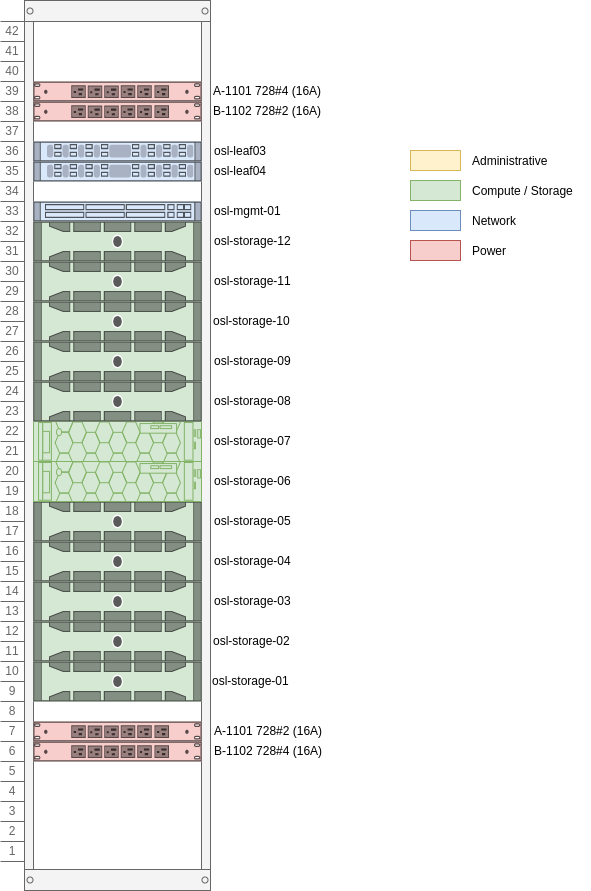
Before: docs/team/development/images/osl-rack-2.png, a diagram exported from draw.io (norcams/iaas). Source tidied: cells renumbered, new cells last; positions are measured from the earlier drawing's top-left corner, leaving out a move shared by most shapes. Its diagram source:
```xml
<mxGraphModel>
  <root>
    <mxCell id="0" />
    <mxCell id="1" parent="0" />
    <mxCell id="2" style="strokeColor=#666666;html=1;verticalLabelPosition=bottom;labelBackgroundColor=#ffffff;verticalAlign=top;shadow=0;dashed=0;shape=mxgraph.rackGeneral.container;fillColor2=#f4f4f4;allowGaps=1;textColor=#666666;numDisp=ascend;" parent="1" vertex="1">
      <mxGeometry width="210" height="890" as="geometry" />
    </mxCell>
    <mxCell id="3" style="strokeColor=#b85450;html=1;labelPosition=right;align=left;spacingLeft=15;shadow=0;dashed=0;shape=mxgraph.rack.dell.power_strip;labelBackgroundColor=#DDFF00;fillColor=#f8cecc;" parent="2" vertex="1">
      <mxGeometry x="33" y="101" width="168" height="20" as="geometry" />
    </mxCell>
    <mxCell id="4" style="shape=mxgraph.rack.cisco.cisco_nexus_3016_switch;html=1;labelPosition=right;align=left;spacingLeft=15;dashed=0;shadow=0;fillColor=#dae8fc;labelBackgroundColor=#DDFF00;strokeColor=#6c8ebf;" parent="2" vertex="1">
      <mxGeometry x="33" y="141" width="168" height="20" as="geometry" />
    </mxCell>
    <mxCell id="5" style="shape=mxgraph.rack.cisco.cisco_nexus_3016_switch;html=1;labelPosition=right;align=left;spacingLeft=15;dashed=0;shadow=0;fillColor=#dae8fc;labelBackgroundColor=#DDFF00;strokeColor=#6c8ebf;" parent="2" vertex="1">
      <mxGeometry x="33" y="161" width="168" height="20" as="geometry" />
    </mxCell>
    <mxCell id="6" style="shape=mxgraph.rack.cisco.cisco_catalyst_4948_switch;html=1;labelPosition=right;align=left;spacingLeft=15;dashed=0;shadow=0;fillColor=#dae8fc;strokeColor=#6c8ebf;" parent="2" vertex="1">
      <mxGeometry x="33" y="201" width="168" height="20" as="geometry" />
    </mxCell>
    <mxCell id="7" style="strokeColor=#82b366;html=1;labelPosition=right;align=left;spacingLeft=15;shadow=0;dashed=0;shape=mxgraph.rack.dell.poweredge_r730xd;fillColor=#d5e8d4;" parent="2" vertex="1">
      <mxGeometry x="33" y="221" width="168" height="40" as="geometry" />
    </mxCell>
    <mxCell id="8" style="strokeColor=#82b366;html=1;labelPosition=right;align=left;spacingLeft=15;shadow=0;dashed=0;shape=mxgraph.rack.dell.poweredge_r730xd;fillColor=#d5e8d4;" parent="2" vertex="1">
      <mxGeometry x="33" y="261" width="168" height="40" as="geometry" />
    </mxCell>
    <mxCell id="9" style="strokeColor=#82b366;html=1;labelPosition=right;align=left;spacingLeft=15;shadow=0;dashed=0;shape=mxgraph.rack.dell.poweredge_r730xd;fillColor=#d5e8d4;" parent="2" vertex="1">
      <mxGeometry x="33" y="341" width="168" height="40" as="geometry" />
    </mxCell>
    <mxCell id="10" style="strokeColor=#82b366;html=1;labelPosition=right;align=left;spacingLeft=15;shadow=0;dashed=0;shape=mxgraph.rack.dell.poweredge_r740xd;fillColor=#d5e8d4;" parent="2" vertex="1">
      <mxGeometry x="33" y="421" width="168" height="40" as="geometry" />
    </mxCell>
    <mxCell id="11" style="strokeColor=#82b366;html=1;labelPosition=right;align=left;spacingLeft=15;shadow=0;dashed=0;shape=mxgraph.rack.dell.poweredge_r730xd;fillColor=#d5e8d4;" parent="2" vertex="1">
      <mxGeometry x="33" y="501" width="168" height="40" as="geometry" />
    </mxCell>
    <mxCell id="12" style="strokeColor=#82b366;html=1;labelPosition=right;align=left;spacingLeft=15;shadow=0;dashed=0;shape=mxgraph.rack.dell.poweredge_r730xd;fillColor=#d5e8d4;" parent="2" vertex="1">
      <mxGeometry x="33" y="581" width="168" height="40" as="geometry" />
    </mxCell>
    <mxCell id="13" style="strokeColor=#82b366;html=1;labelPosition=right;align=left;spacingLeft=15;shadow=0;dashed=0;shape=mxgraph.rack.dell.poweredge_r730xd;fillColor=#d5e8d4;" parent="2" vertex="1">
      <mxGeometry x="33" y="661" width="168" height="40" as="geometry" />
    </mxCell>
    <mxCell id="14" style="strokeColor=#b85450;html=1;labelPosition=right;align=left;spacingLeft=15;shadow=0;dashed=0;shape=mxgraph.rack.dell.power_strip;labelBackgroundColor=#DDFF00;fillColor=#f8cecc;" parent="2" vertex="1">
      <mxGeometry x="33" y="721" width="168" height="20" as="geometry" />
    </mxCell>
    <mxCell id="15" style="strokeColor=#b85450;html=1;labelPosition=right;align=left;spacingLeft=15;shadow=0;dashed=0;shape=mxgraph.rack.dell.power_strip;labelBackgroundColor=#DDFF00;fillColor=#f8cecc;" parent="2" vertex="1">
      <mxGeometry x="33" y="741" width="168" height="20" as="geometry" />
    </mxCell>
    <mxCell id="16" style="strokeColor=#b85450;html=1;labelPosition=right;align=left;spacingLeft=15;shadow=0;dashed=0;shape=mxgraph.rack.dell.power_strip;labelBackgroundColor=#DDFF00;fillColor=#f8cecc;" parent="2" vertex="1">
      <mxGeometry x="33" y="81" width="168" height="20" as="geometry" />
    </mxCell>
    <mxCell id="17" style="strokeColor=#82b366;html=1;labelPosition=right;align=left;spacingLeft=15;shadow=0;dashed=0;shape=mxgraph.rack.dell.poweredge_r730xd;fillColor=#d5e8d4;" parent="2" vertex="1">
      <mxGeometry x="33" y="621" width="168" height="40" as="geometry" />
    </mxCell>
    <mxCell id="18" style="strokeColor=#82b366;html=1;labelPosition=right;align=left;spacingLeft=15;shadow=0;dashed=0;shape=mxgraph.rack.dell.poweredge_r730xd;fillColor=#d5e8d4;" parent="2" vertex="1">
      <mxGeometry x="33" y="541" width="168" height="40" as="geometry" />
    </mxCell>
    <mxCell id="19" style="strokeColor=#82b366;html=1;labelPosition=right;align=left;spacingLeft=15;shadow=0;dashed=0;shape=mxgraph.rack.dell.poweredge_r730xd;fillColor=#d5e8d4;" parent="2" vertex="1">
      <mxGeometry x="33" y="381" width="168" height="40" as="geometry" />
    </mxCell>
    <mxCell id="20" style="strokeColor=#82b366;html=1;labelPosition=right;align=left;spacingLeft=15;shadow=0;dashed=0;shape=mxgraph.rack.dell.poweredge_r730xd;fillColor=#d5e8d4;" parent="2" vertex="1">
      <mxGeometry x="33" y="301" width="168" height="40" as="geometry" />
    </mxCell>
    <mxCell id="21" style="strokeColor=#82b366;html=1;labelPosition=right;align=left;spacingLeft=15;shadow=0;dashed=0;shape=mxgraph.rack.dell.poweredge_r740xd;fillColor=#d5e8d4;" parent="2" vertex="1">
      <mxGeometry x="33" y="461" width="168" height="40" as="geometry" />
    </mxCell>
    <mxCell id="22" value="osl-storage-02" style="text;html=1;strokeColor=none;fillColor=none;align=left;verticalAlign=middle;whiteSpace=wrap;rounded=0;labelBackgroundColor=#ffffff;" parent="1" vertex="1">
      <mxGeometry x="211" y="630" width="100" height="20" as="geometry" />
    </mxCell>
    <mxCell id="23" value="A-1101 728#2 (16A)" style="text;html=1;align=left;verticalAlign=middle;" parent="1" vertex="1">
      <mxGeometry x="212" y="720" width="120" height="20" as="geometry" />
    </mxCell>
    <mxCell id="24" value="B-1102 728#4 (16A)" style="text;html=1;align=left;verticalAlign=middle;" parent="1" vertex="1">
      <mxGeometry x="212" y="740" width="120" height="20" as="geometry" />
    </mxCell>
    <mxCell id="25" value="A-1101 728#4 (16A)" style="text;html=1;align=left;verticalAlign=middle;" parent="1" vertex="1">
      <mxGeometry x="211" y="80" width="120" height="20" as="geometry" />
    </mxCell>
    <mxCell id="26" value="B-1102 728#2 (16A)" style="text;html=1;align=left;verticalAlign=middle;" parent="1" vertex="1">
      <mxGeometry x="211" y="100" width="120" height="20" as="geometry" />
    </mxCell>
    <mxCell id="27" value="osl-storage-01" style="text;html=1;strokeColor=none;fillColor=none;align=left;verticalAlign=middle;whiteSpace=wrap;rounded=0;labelBackgroundColor=#ffffff;" parent="1" vertex="1">
      <mxGeometry x="210" y="670" width="100" height="20" as="geometry" />
    </mxCell>
    <mxCell id="28" value="osl-storage-03" style="text;html=1;strokeColor=none;fillColor=none;align=left;verticalAlign=middle;whiteSpace=wrap;rounded=0;labelBackgroundColor=#ffffff;" parent="1" vertex="1">
      <mxGeometry x="212" y="590" width="100" height="20" as="geometry" />
    </mxCell>
    <mxCell id="29" value="osl-storage-04" style="text;html=1;strokeColor=none;fillColor=none;align=left;verticalAlign=middle;whiteSpace=wrap;rounded=0;labelBackgroundColor=#ffffff;" parent="1" vertex="1">
      <mxGeometry x="212" y="550" width="100" height="20" as="geometry" />
    </mxCell>
    <mxCell id="30" value="osl-storage-05" style="text;html=1;strokeColor=none;fillColor=none;align=left;verticalAlign=middle;whiteSpace=wrap;rounded=0;labelBackgroundColor=#ffffff;" parent="1" vertex="1">
      <mxGeometry x="212" y="510" width="100" height="20" as="geometry" />
    </mxCell>
    <mxCell id="31" value="osl-storage-06" style="text;html=1;strokeColor=none;fillColor=none;align=left;verticalAlign=middle;whiteSpace=wrap;rounded=0;labelBackgroundColor=#ffffff;" parent="1" vertex="1">
      <mxGeometry x="212" y="470" width="100" height="20" as="geometry" />
    </mxCell>
    <mxCell id="32" value="osl-storage-08" style="text;html=1;strokeColor=none;fillColor=none;align=left;verticalAlign=middle;whiteSpace=wrap;rounded=0;labelBackgroundColor=#ffffff;" parent="1" vertex="1">
      <mxGeometry x="212" y="390" width="100" height="20" as="geometry" />
    </mxCell>
    <mxCell id="33" value="osl-storage-07" style="text;html=1;strokeColor=none;fillColor=none;align=left;verticalAlign=middle;whiteSpace=wrap;rounded=0;labelBackgroundColor=#ffffff;" parent="1" vertex="1">
      <mxGeometry x="212" y="430" width="100" height="20" as="geometry" />
    </mxCell>
    <mxCell id="34" value="osl-storage-09" style="text;html=1;strokeColor=none;fillColor=none;align=left;verticalAlign=middle;whiteSpace=wrap;rounded=0;labelBackgroundColor=#ffffff;" parent="1" vertex="1">
      <mxGeometry x="212" y="350" width="100" height="20" as="geometry" />
    </mxCell>
    <mxCell id="35" value="osl-storage-10" style="text;html=1;strokeColor=none;fillColor=none;align=left;verticalAlign=middle;whiteSpace=wrap;rounded=0;labelBackgroundColor=#ffffff;" parent="1" vertex="1">
      <mxGeometry x="211" y="310" width="100" height="20" as="geometry" />
    </mxCell>
    <mxCell id="36" value="osl-leaf04" style="text;html=1;strokeColor=none;fillColor=none;align=left;verticalAlign=middle;whiteSpace=wrap;rounded=0;labelBackgroundColor=#ffffff;" parent="1" vertex="1">
      <mxGeometry x="212" y="160" width="100" height="20" as="geometry" />
    </mxCell>
    <mxCell id="37" value="osl-leaf03" style="text;html=1;strokeColor=none;fillColor=none;align=left;verticalAlign=middle;whiteSpace=wrap;rounded=0;labelBackgroundColor=#ffffff;" parent="1" vertex="1">
      <mxGeometry x="212" y="140" width="100" height="20" as="geometry" />
    </mxCell>
    <mxCell id="38" style="rounded=0;whiteSpace=wrap;html=1;labelBackgroundColor=#DDFF00;align=left;fillColor=#fff2cc;strokeColor=#d6b656;" parent="1" vertex="1">
      <mxGeometry x="410" y="150" width="50" height="20" as="geometry" />
    </mxCell>
    <mxCell id="39" style="rounded=0;whiteSpace=wrap;html=1;labelBackgroundColor=#DDFF00;align=left;fillColor=#d5e8d4;strokeColor=#82b366;" parent="1" vertex="1">
      <mxGeometry x="410" y="180" width="50" height="20" as="geometry" />
    </mxCell>
    <mxCell id="40" style="rounded=0;whiteSpace=wrap;html=1;labelBackgroundColor=#DDFF00;align=left;fillColor=#dae8fc;strokeColor=#6c8ebf;" parent="1" vertex="1">
      <mxGeometry x="410" y="210" width="50" height="20" as="geometry" />
    </mxCell>
    <mxCell id="41" style="rounded=0;whiteSpace=wrap;html=1;labelBackgroundColor=#DDFF00;align=left;fillColor=#f8cecc;strokeColor=#b85450;" parent="1" vertex="1">
      <mxGeometry x="410" y="240" width="50" height="20" as="geometry" />
    </mxCell>
    <mxCell id="42" value="Administrative" style="text;html=1;align=left;verticalAlign=middle;" parent="1" vertex="1">
      <mxGeometry x="470" y="150" width="90" height="20" as="geometry" />
    </mxCell>
    <mxCell id="43" value="Compute / Storage" style="text;html=1;align=left;verticalAlign=middle;" parent="1" vertex="1">
      <mxGeometry x="470" y="180" width="120" height="20" as="geometry" />
    </mxCell>
    <mxCell id="44" value="Network" style="text;html=1;align=left;verticalAlign=middle;" parent="1" vertex="1">
      <mxGeometry x="470" y="210" width="60" height="20" as="geometry" />
    </mxCell>
    <mxCell id="45" value="Power" style="text;html=1;align=left;verticalAlign=middle;" parent="1" vertex="1">
      <mxGeometry x="470" y="240" width="50" height="20" as="geometry" />
    </mxCell>
    <mxCell id="46" value="osl-storage-11" style="text;html=1;strokeColor=none;fillColor=none;align=left;verticalAlign=middle;whiteSpace=wrap;rounded=0;labelBackgroundColor=#ffffff;" parent="1" vertex="1">
      <mxGeometry x="212" y="270" width="100" height="20" as="geometry" />
    </mxCell>
    <mxCell id="47" value="osl-storage-12" style="text;html=1;strokeColor=none;fillColor=none;align=left;verticalAlign=middle;whiteSpace=wrap;rounded=0;labelBackgroundColor=#ffffff;" parent="1" vertex="1">
      <mxGeometry x="212" y="230" width="100" height="20" as="geometry" />
    </mxCell>
    <mxCell id="48" value="osl-mgmt-01" style="text;html=1;strokeColor=none;fillColor=none;align=left;verticalAlign=middle;whiteSpace=wrap;rounded=0;labelBackgroundColor=#ffffff;" parent="1" vertex="1">
      <mxGeometry x="212" y="200" width="100" height="20" as="geometry" />
    </mxCell>
  </root>
</mxGraphModel>
```
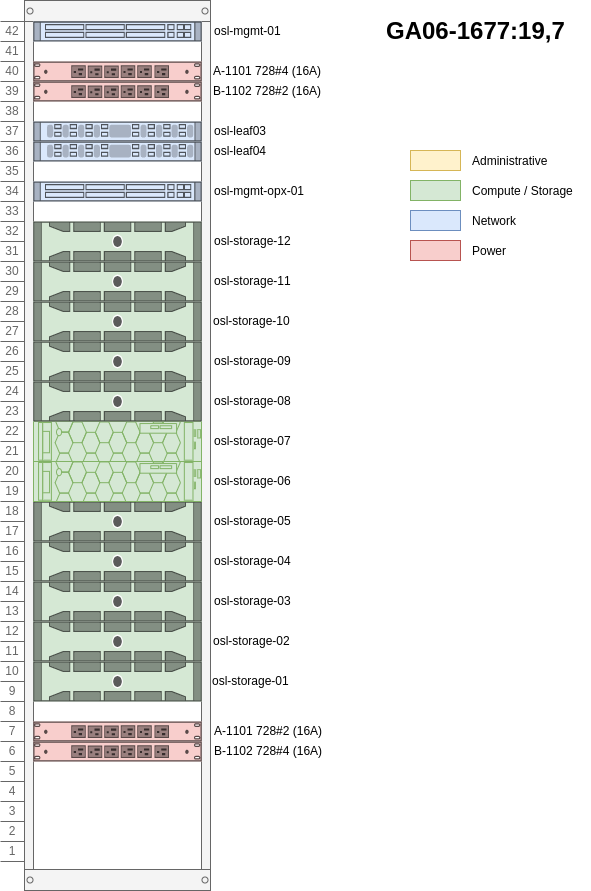
Later version of the same file.

What changed in the source:
```diff
@@ -5,18 +5,24 @@
     <mxCell id="2" style="strokeColor=#666666;html=1;verticalLabelPosition=bottom;labelBackgroundColor=#ffffff;verticalAlign=top;shadow=0;dashed=0;shape=mxgraph.rackGeneral.container;fillColor2=#f4f4f4;allowGaps=1;textColor=#666666;numDisp=ascend;" parent="1" vertex="1">
       <mxGeometry width="210" height="890" as="geometry" />
     </mxCell>
+    <mxCell id="49" style="shape=mxgraph.rack.cisco.cisco_catalyst_4948_switch;html=1;labelPosition=right;align=left;spacingLeft=15;dashed=0;shadow=0;fillColor=#dae8fc;strokeColor=#6c8ebf;" parent="2" vertex="1">
+      <mxGeometry x="33" y="21" width="168" height="20" as="geometry" />
+    </mxCell>
     <mxCell id="3" style="strokeColor=#b85450;html=1;labelPosition=right;align=left;spacingLeft=15;shadow=0;dashed=0;shape=mxgraph.rack.dell.power_strip;labelBackgroundColor=#DDFF00;fillColor=#f8cecc;" parent="2" vertex="1">
-      <mxGeometry x="33" y="101" width="168" height="20" as="geometry" />
+      <mxGeometry x="33" y="81" width="168" height="20" as="geometry" />
     </mxCell>
+    <mxCell id="16" style="strokeColor=#b85450;html=1;labelPosition=right;align=left;spacingLeft=15;shadow=0;dashed=0;shape=mxgraph.rack.dell.power_strip;labelBackgroundColor=#DDFF00;fillColor=#f8cecc;" parent="2" vertex="1">
+      <mxGeometry x="33" y="61" width="168" height="20" as="geometry" />
+    </mxCell>
+    <mxCell id="6" style="shape=mxgraph.rack.cisco.cisco_catalyst_4948_switch;html=1;labelPosition=right;align=left;spacingLeft=15;dashed=0;shadow=0;fillColor=#dae8fc;strokeColor=#6c8ebf;" parent="2" vertex="1">
+      <mxGeometry x="33" y="181" width="168" height="20" as="geometry" />
+    </mxCell>
+    <mxCell id="5" style="shape=mxgraph.rack.cisco.cisco_nexus_3016_switch;html=1;labelPosition=right;align=left;spacingLeft=15;dashed=0;shadow=0;fillColor=#dae8fc;labelBackgroundColor=#DDFF00;strokeColor=#6c8ebf;" parent="2" vertex="1">
+      <mxGeometry x="33" y="141" width="168" height="20" as="geometry" />
+    </mxCell>
     <mxCell id="4" style="shape=mxgraph.rack.cisco.cisco_nexus_3016_switch;html=1;labelPosition=right;align=left;spacingLeft=15;dashed=0;shadow=0;fillColor=#dae8fc;labelBackgroundColor=#DDFF00;strokeColor=#6c8ebf;" parent="2" vertex="1">
-      <mxGeometry x="33" y="141" width="168" height="20" as="geometry" />
+      <mxGeometry x="33" y="121" width="168" height="20" as="geometry" />
     </mxCell>
-    <mxCell id="5" style="shape=mxgraph.rack.cisco.cisco_nexus_3016_switch;html=1;labelPosition=right;align=left;spacingLeft=15;dashed=0;shadow=0;fillColor=#dae8fc;labelBackgroundColor=#DDFF00;strokeColor=#6c8ebf;" parent="2" vertex="1">
-      <mxGeometry x="33" y="161" width="168" height="20" as="geometry" />
-    </mxCell>
-    <mxCell id="6" style="shape=mxgraph.rack.cisco.cisco_catalyst_4948_switch;html=1;labelPosition=right;align=left;spacingLeft=15;dashed=0;shadow=0;fillColor=#dae8fc;strokeColor=#6c8ebf;" parent="2" vertex="1">
-      <mxGeometry x="33" y="201" width="168" height="20" as="geometry" />
-    </mxCell>
     <mxCell id="7" style="strokeColor=#82b366;html=1;labelPosition=right;align=left;spacingLeft=15;shadow=0;dashed=0;shape=mxgraph.rack.dell.poweredge_r730xd;fillColor=#d5e8d4;" parent="2" vertex="1">
       <mxGeometry x="33" y="221" width="168" height="40" as="geometry" />
     </mxCell>
@@ -44,9 +50,6 @@
     <mxCell id="15" style="strokeColor=#b85450;html=1;labelPosition=right;align=left;spacingLeft=15;shadow=0;dashed=0;shape=mxgraph.rack.dell.power_strip;labelBackgroundColor=#DDFF00;fillColor=#f8cecc;" parent="2" vertex="1">
       <mxGeometry x="33" y="741" width="168" height="20" as="geometry" />
     </mxCell>
-    <mxCell id="16" style="strokeColor=#b85450;html=1;labelPosition=right;align=left;spacingLeft=15;shadow=0;dashed=0;shape=mxgraph.rack.dell.power_strip;labelBackgroundColor=#DDFF00;fillColor=#f8cecc;" parent="2" vertex="1">
-      <mxGeometry x="33" y="81" width="168" height="20" as="geometry" />
-    </mxCell>
     <mxCell id="17" style="strokeColor=#82b366;html=1;labelPosition=right;align=left;spacingLeft=15;shadow=0;dashed=0;shape=mxgraph.rack.dell.poweredge_r730xd;fillColor=#d5e8d4;" parent="2" vertex="1">
       <mxGeometry x="33" y="621" width="168" height="40" as="geometry" />
     </mxCell>
@@ -72,10 +75,10 @@
       <mxGeometry x="212" y="740" width="120" height="20" as="geometry" />
     </mxCell>
     <mxCell id="25" value="A-1101 728#4 (16A)" style="text;html=1;align=left;verticalAlign=middle;" parent="1" vertex="1">
-      <mxGeometry x="211" y="80" width="120" height="20" as="geometry" />
+      <mxGeometry x="211" y="60" width="120" height="20" as="geometry" />
     </mxCell>
     <mxCell id="26" value="B-1102 728#2 (16A)" style="text;html=1;align=left;verticalAlign=middle;" parent="1" vertex="1">
-      <mxGeometry x="211" y="100" width="120" height="20" as="geometry" />
+      <mxGeometry x="211" y="80" width="120" height="20" as="geometry" />
     </mxCell>
     <mxCell id="27" value="osl-storage-01" style="text;html=1;strokeColor=none;fillColor=none;align=left;verticalAlign=middle;whiteSpace=wrap;rounded=0;labelBackgroundColor=#ffffff;" parent="1" vertex="1">
       <mxGeometry x="210" y="670" width="100" height="20" as="geometry" />
@@ -105,10 +108,10 @@
       <mxGeometry x="211" y="310" width="100" height="20" as="geometry" />
     </mxCell>
     <mxCell id="36" value="osl-leaf04" style="text;html=1;strokeColor=none;fillColor=none;align=left;verticalAlign=middle;whiteSpace=wrap;rounded=0;labelBackgroundColor=#ffffff;" parent="1" vertex="1">
-      <mxGeometry x="212" y="160" width="100" height="20" as="geometry" />
+      <mxGeometry x="212" y="140" width="100" height="20" as="geometry" />
     </mxCell>
     <mxCell id="37" value="osl-leaf03" style="text;html=1;strokeColor=none;fillColor=none;align=left;verticalAlign=middle;whiteSpace=wrap;rounded=0;labelBackgroundColor=#ffffff;" parent="1" vertex="1">
-      <mxGeometry x="212" y="140" width="100" height="20" as="geometry" />
+      <mxGeometry x="212" y="120" width="100" height="20" as="geometry" />
     </mxCell>
     <mxCell id="38" style="rounded=0;whiteSpace=wrap;html=1;labelBackgroundColor=#DDFF00;align=left;fillColor=#fff2cc;strokeColor=#d6b656;" parent="1" vertex="1">
       <mxGeometry x="410" y="150" width="50" height="20" as="geometry" />
@@ -140,8 +143,14 @@
     <mxCell id="47" value="osl-storage-12" style="text;html=1;strokeColor=none;fillColor=none;align=left;verticalAlign=middle;whiteSpace=wrap;rounded=0;labelBackgroundColor=#ffffff;" parent="1" vertex="1">
       <mxGeometry x="212" y="230" width="100" height="20" as="geometry" />
     </mxCell>
-    <mxCell id="48" value="osl-mgmt-01" style="text;html=1;strokeColor=none;fillColor=none;align=left;verticalAlign=middle;whiteSpace=wrap;rounded=0;labelBackgroundColor=#ffffff;" parent="1" vertex="1">
-      <mxGeometry x="212" y="200" width="100" height="20" as="geometry" />
+    <mxCell id="48" value="osl-mgmt-opx-01" style="text;html=1;strokeColor=none;fillColor=none;align=left;verticalAlign=middle;whiteSpace=wrap;rounded=0;labelBackgroundColor=#ffffff;" parent="1" vertex="1">
+      <mxGeometry x="212" y="180" width="100" height="20" as="geometry" />
     </mxCell>
+    <mxCell id="50" value="&lt;font style=&quot;font-size: 24px&quot;&gt;&lt;b&gt;GA06-1677:19,7&lt;/b&gt;&lt;/font&gt;" style="text;html=1;align=center;verticalAlign=middle;" parent="1" vertex="1">
+      <mxGeometry x="380" y="20" width="190" height="20" as="geometry" />
+    </mxCell>
+    <mxCell id="51" value="osl-mgmt-01" style="text;html=1;strokeColor=none;fillColor=none;align=left;verticalAlign=middle;whiteSpace=wrap;rounded=0;labelBackgroundColor=#ffffff;" parent="1" vertex="1">
+      <mxGeometry x="212" y="20" width="100" height="20" as="geometry" />
+    </mxCell>
   </root>
 </mxGraphModel>
```
